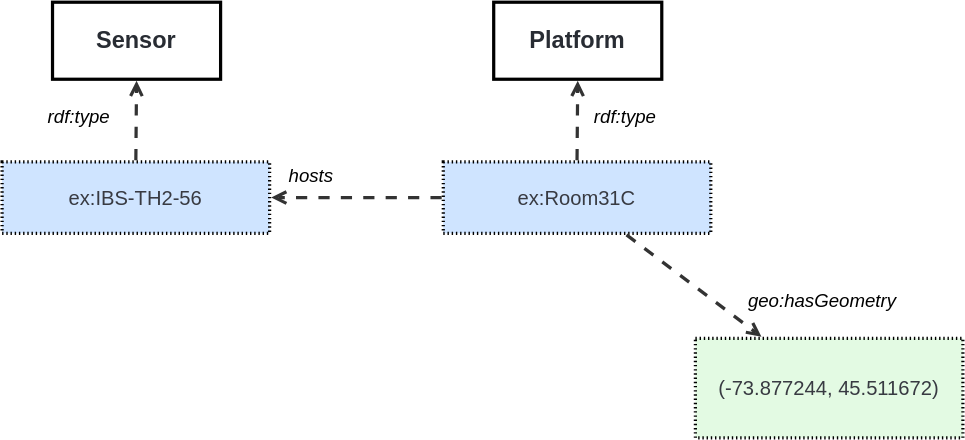
The draw.io diagram ssn/images/LocatedPlatform.svg in afeliachi/sdw-sosa-ssn, before a commit. Source tidied: cells renumbered, new cells last; positions are measured from the earlier drawing's top-left corner, leaving out a move shared by most shapes. Its diagram source:
```xml
<mxGraphModel>
  <root>
    <mxCell id="0" />
    <mxCell id="1" parent="0" />
    <mxCell id="2" value="&lt;font face=&quot;Helvetica&quot;&gt;ex:IBS-TH2-56&lt;/font&gt;" style="html=1;overflow=block;blockSpacing=1;whiteSpace=wrap;fontSize=14.4;fontFamily=DejaVu Sans Mono;fontColor=#383a42;align=center;spacing=0;strokeOpacity=100;fillOpacity=100;fillColor=#cfe4ff;dashed=1;fixDash=1;dashPattern=1 2;strokeWidth=2.3;" parent="1" vertex="1">
      <mxGeometry y="114" width="191" height="51" as="geometry" />
    </mxCell>
    <mxCell id="3" value="&lt;font face=&quot;Helvetica&quot;&gt;ex:Room31C&lt;/font&gt;" style="html=1;overflow=block;blockSpacing=1;whiteSpace=wrap;fontSize=14.4;fontFamily=DejaVu Sans Mono;fontColor=#383a42;align=center;spacing=0;strokeOpacity=100;fillOpacity=100;fillColor=#cfe4ff;dashed=1;fixDash=1;dashPattern=1 2;strokeWidth=2.3;" parent="1" vertex="1">
      <mxGeometry x="315" y="114" width="191" height="51" as="geometry" />
    </mxCell>
    <mxCell id="4" value="Sensor" style="html=1;overflow=block;blockSpacing=1;whiteSpace=wrap;fontSize=16.8;fontColor=#282c33;fontStyle=1;align=center;spacing=0;strokeOpacity=100;fillOpacity=0;fillColor=#000000;strokeWidth=2.3;" parent="1" vertex="1">
      <mxGeometry x="36" width="120" height="55" as="geometry" />
    </mxCell>
    <mxCell id="5" value="Platform" style="html=1;overflow=block;blockSpacing=1;whiteSpace=wrap;fontSize=16.8;fontColor=#282c33;fontStyle=1;align=center;spacing=0;strokeOpacity=100;fillOpacity=0;fillColor=#000000;strokeWidth=2.3;" parent="1" vertex="1">
      <mxGeometry x="351" width="120" height="55" as="geometry" />
    </mxCell>
    <mxCell id="6" value="rdf:type" style="html=1;overflow=block;blockSpacing=1;whiteSpace=wrap;fontSize=13.3;fontStyle=2;align=left;spacing=3.8;verticalAlign=top;strokeColor=none;fillOpacity=0;fillColor=#ffffff;dashed=1;fixDash=1;dashPattern=16 6;strokeWidth=0;lucidId=UZtLz~FV8scr;" parent="1" vertex="1">
      <mxGeometry x="420" y="72" width="70" height="28" as="geometry" />
    </mxCell>
    <mxCell id="7" style="html=1;jettySize=18;whiteSpace=wrap;fontSize=13;strokeColor=#333333;strokeOpacity=100;dashed=1;fixDash=1;dashPattern=8 8;strokeWidth=2.3;rounded=0;startArrow=none;endArrow=open;exitX=0.5;exitY=-0.022;exitPerimeter=0;entryX=0.5;entryY=1.021;entryPerimeter=0;lucidId=UZtL7oSWsmLh;" parent="1" edge="1" source="3" target="5">
      <mxGeometry relative="1" as="geometry" />
    </mxCell>
    <mxCell id="8" value="rdf:type" style="html=1;overflow=block;blockSpacing=1;whiteSpace=wrap;fontSize=13.3;fontStyle=2;align=left;spacing=3.8;verticalAlign=top;strokeColor=none;fillOpacity=0;fillColor=#ffffff;dashed=1;fixDash=1;dashPattern=16 6;strokeWidth=0;lucidId=UZtLzNQDMgzC;" parent="1" vertex="1">
      <mxGeometry x="30" y="72" width="70" height="28" as="geometry" />
    </mxCell>
    <mxCell id="9" style="html=1;jettySize=18;whiteSpace=wrap;fontSize=13;strokeColor=#333333;strokeOpacity=100;dashed=1;fixDash=1;dashPattern=8 8;strokeWidth=2.3;rounded=0;startArrow=none;endArrow=open;exitX=0.5;exitY=-0.022;exitPerimeter=0;entryX=0.5;entryY=1.021;entryPerimeter=0;lucidId=UZtLi5JydJNY;" parent="1" edge="1" source="2" target="4">
      <mxGeometry relative="1" as="geometry" />
    </mxCell>
    <mxCell id="10" value="&lt;font face=&quot;Helvetica&quot;&gt;(-73.877244, 45.511672)&lt;/font&gt;" style="points=[[0.247,-0.016,0]];html=1;overflow=block;blockSpacing=1;whiteSpace=wrap;fontSize=14.4;fontFamily=DejaVu Sans Mono;fontColor=#383a42;align=center;spacing=0;strokeOpacity=100;fillOpacity=100;fillColor=#e3fae3;dashed=1;fixDash=1;dashPattern=1 2;strokeWidth=2.3;" parent="1" vertex="1">
      <mxGeometry x="495" y="240" width="191" height="71" as="geometry" />
    </mxCell>
    <mxCell id="11" style="html=1;jettySize=18;whiteSpace=wrap;fontSize=13;strokeColor=#333333;strokeOpacity=100;dashed=1;fixDash=1;dashPattern=8 8;strokeWidth=2.3;rounded=0;startArrow=none;endArrow=open;exitX=0.685;exitY=1.022;exitPerimeter=0;entryX=0.247;entryY=-0.016;entryPerimeter=0;lucidId=UZtLA55mwsow;" parent="1" edge="1" source="3" target="10">
      <mxGeometry relative="1" as="geometry" />
    </mxCell>
    <mxCell id="12" value="geo:hasGeometry" style="html=1;overflow=block;blockSpacing=1;whiteSpace=wrap;fontSize=13.3;fontStyle=2;align=left;spacing=3.8;verticalAlign=top;strokeColor=none;fillOpacity=0;fillColor=#ffffff;dashed=1;fixDash=1;dashPattern=16 6;strokeWidth=0;lucidId=UZtLv2x-.FAL;" parent="1" vertex="1">
      <mxGeometry x="530" y="203" width="101" height="24" as="geometry" />
    </mxCell>
    <mxCell id="13" style="html=1;jettySize=18;whiteSpace=wrap;fontSize=13;strokeColor=#333333;strokeOpacity=100;dashed=1;fixDash=1;dashPattern=8 8;strokeWidth=2.3;rounded=0;startArrow=none;endArrow=open;exitX=-0.006;exitY=0.5;exitPerimeter=0;entryX=1.006;entryY=0.5;entryPerimeter=0;lucidId=10tLcMYWxvst;" parent="1" edge="1" source="3" target="2">
      <mxGeometry relative="1" as="geometry" />
    </mxCell>
    <mxCell id="14" value="hosts" style="html=1;overflow=block;blockSpacing=1;whiteSpace=wrap;fontSize=13.3;fontStyle=2;align=left;spacing=3.8;verticalAlign=top;strokeColor=none;fillOpacity=0;fillColor=#ffffff;dashed=1;fixDash=1;dashPattern=16 6;strokeWidth=0;lucidId=_0tLDSP~0Hnl;" parent="1" vertex="1">
      <mxGeometry x="202" y="114" width="101" height="24" as="geometry" />
    </mxCell>
  </root>
</mxGraphModel>
```
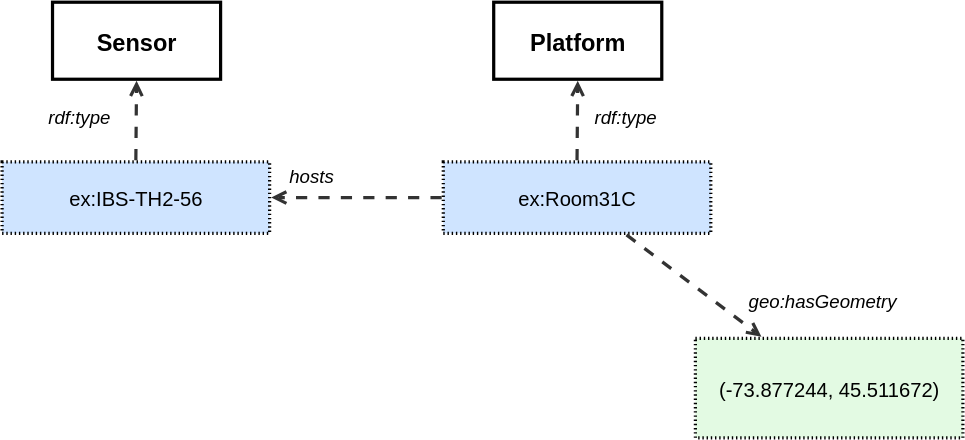
The same diagram one commit later.

Diff of the diagram source:
```diff
@@ -2,43 +2,43 @@
   <root>
     <mxCell id="0" />
     <mxCell id="1" parent="0" />
-    <mxCell id="2" value="&lt;font face=&quot;Helvetica&quot;&gt;ex:IBS-TH2-56&lt;/font&gt;" style="html=1;overflow=block;blockSpacing=1;whiteSpace=wrap;fontSize=14.4;fontFamily=DejaVu Sans Mono;fontColor=#383a42;align=center;spacing=0;strokeOpacity=100;fillOpacity=100;fillColor=#cfe4ff;dashed=1;fixDash=1;dashPattern=1 2;strokeWidth=2.3;" parent="1" vertex="1">
+    <mxCell id="2" value="&lt;font&gt;ex:IBS-TH2-56&lt;/font&gt;" style="html=1;overflow=block;blockSpacing=1;whiteSpace=wrap;fontSize=14.4;fontFamily=Helvetica;fontColor=default;align=center;spacing=0;strokeOpacity=100;fillOpacity=100;fillColor=#cfe4ff;dashed=1;fixDash=1;dashPattern=1 2;strokeWidth=2.3;convertToSvg=1;" parent="1" vertex="1">
       <mxGeometry y="114" width="191" height="51" as="geometry" />
     </mxCell>
-    <mxCell id="3" value="&lt;font face=&quot;Helvetica&quot;&gt;ex:Room31C&lt;/font&gt;" style="html=1;overflow=block;blockSpacing=1;whiteSpace=wrap;fontSize=14.4;fontFamily=DejaVu Sans Mono;fontColor=#383a42;align=center;spacing=0;strokeOpacity=100;fillOpacity=100;fillColor=#cfe4ff;dashed=1;fixDash=1;dashPattern=1 2;strokeWidth=2.3;" parent="1" vertex="1">
+    <mxCell id="3" value="&lt;font&gt;ex:Room31C&lt;/font&gt;" style="html=1;overflow=block;blockSpacing=1;whiteSpace=wrap;fontSize=14.4;fontFamily=Helvetica;fontColor=default;align=center;spacing=0;strokeOpacity=100;fillOpacity=100;fillColor=#cfe4ff;dashed=1;fixDash=1;dashPattern=1 2;strokeWidth=2.3;convertToSvg=1;" parent="1" vertex="1">
       <mxGeometry x="315" y="114" width="191" height="51" as="geometry" />
     </mxCell>
-    <mxCell id="4" value="Sensor" style="html=1;overflow=block;blockSpacing=1;whiteSpace=wrap;fontSize=16.8;fontColor=#282c33;fontStyle=1;align=center;spacing=0;strokeOpacity=100;fillOpacity=0;fillColor=#000000;strokeWidth=2.3;" parent="1" vertex="1">
+    <mxCell id="4" value="Sensor" style="html=1;overflow=block;blockSpacing=1;whiteSpace=wrap;fontSize=16.8;fontColor=default;fontStyle=1;align=center;spacing=0;strokeOpacity=100;fillOpacity=0;fillColor=#000000;strokeWidth=2.3;convertToSvg=1;fontFamily=Helvetica;" parent="1" vertex="1">
       <mxGeometry x="36" width="120" height="55" as="geometry" />
     </mxCell>
-    <mxCell id="5" value="Platform" style="html=1;overflow=block;blockSpacing=1;whiteSpace=wrap;fontSize=16.8;fontColor=#282c33;fontStyle=1;align=center;spacing=0;strokeOpacity=100;fillOpacity=0;fillColor=#000000;strokeWidth=2.3;" parent="1" vertex="1">
+    <mxCell id="5" value="Platform" style="html=1;overflow=block;blockSpacing=1;whiteSpace=wrap;fontSize=16.8;fontColor=default;fontStyle=1;align=center;spacing=0;strokeOpacity=100;fillOpacity=0;fillColor=#000000;strokeWidth=2.3;convertToSvg=1;fontFamily=Helvetica;" parent="1" vertex="1">
       <mxGeometry x="351" width="120" height="55" as="geometry" />
     </mxCell>
-    <mxCell id="6" value="rdf:type" style="html=1;overflow=block;blockSpacing=1;whiteSpace=wrap;fontSize=13.3;fontStyle=2;align=left;spacing=3.8;verticalAlign=top;strokeColor=none;fillOpacity=0;fillColor=#ffffff;dashed=1;fixDash=1;dashPattern=16 6;strokeWidth=0;lucidId=UZtLz~FV8scr;" parent="1" vertex="1">
+    <mxCell id="6" value="rdf:type" style="html=1;overflow=block;blockSpacing=1;whiteSpace=wrap;fontSize=13.3;fontStyle=2;align=left;spacing=3.8;verticalAlign=top;strokeColor=none;fillOpacity=0;fillColor=#ffffff;dashed=1;fixDash=1;dashPattern=16 6;strokeWidth=0;lucidId=UZtLz~FV8scr;fontColor=default;convertToSvg=1;fontFamily=Helvetica;" parent="1" vertex="1">
       <mxGeometry x="420" y="72" width="70" height="28" as="geometry" />
     </mxCell>
-    <mxCell id="7" style="html=1;jettySize=18;whiteSpace=wrap;fontSize=13;strokeColor=#333333;strokeOpacity=100;dashed=1;fixDash=1;dashPattern=8 8;strokeWidth=2.3;rounded=0;startArrow=none;endArrow=open;exitX=0.5;exitY=-0.022;exitPerimeter=0;entryX=0.5;entryY=1.021;entryPerimeter=0;lucidId=UZtL7oSWsmLh;" parent="1" edge="1" source="3" target="5">
+    <mxCell id="7" style="html=1;jettySize=18;whiteSpace=wrap;fontSize=13;strokeColor=#333333;strokeOpacity=100;dashed=1;fixDash=1;dashPattern=8 8;strokeWidth=2.3;rounded=0;startArrow=none;endArrow=open;exitX=0.5;exitY=-0.022;exitPerimeter=0;entryX=0.5;entryY=1.021;entryPerimeter=0;lucidId=UZtL7oSWsmLh;fontColor=default;convertToSvg=1;fontFamily=Helvetica;" parent="1" edge="1" source="3" target="5">
       <mxGeometry relative="1" as="geometry" />
     </mxCell>
-    <mxCell id="8" value="rdf:type" style="html=1;overflow=block;blockSpacing=1;whiteSpace=wrap;fontSize=13.3;fontStyle=2;align=left;spacing=3.8;verticalAlign=top;strokeColor=none;fillOpacity=0;fillColor=#ffffff;dashed=1;fixDash=1;dashPattern=16 6;strokeWidth=0;lucidId=UZtLzNQDMgzC;" parent="1" vertex="1">
+    <mxCell id="8" value="rdf:type" style="html=1;overflow=block;blockSpacing=1;whiteSpace=wrap;fontSize=13.3;fontStyle=2;align=left;spacing=3.8;verticalAlign=top;strokeColor=none;fillOpacity=0;fillColor=#ffffff;dashed=1;fixDash=1;dashPattern=16 6;strokeWidth=0;lucidId=UZtLzNQDMgzC;fontColor=default;convertToSvg=1;fontFamily=Helvetica;" parent="1" vertex="1">
       <mxGeometry x="30" y="72" width="70" height="28" as="geometry" />
     </mxCell>
-    <mxCell id="9" style="html=1;jettySize=18;whiteSpace=wrap;fontSize=13;strokeColor=#333333;strokeOpacity=100;dashed=1;fixDash=1;dashPattern=8 8;strokeWidth=2.3;rounded=0;startArrow=none;endArrow=open;exitX=0.5;exitY=-0.022;exitPerimeter=0;entryX=0.5;entryY=1.021;entryPerimeter=0;lucidId=UZtLi5JydJNY;" parent="1" edge="1" source="2" target="4">
+    <mxCell id="9" style="html=1;jettySize=18;whiteSpace=wrap;fontSize=13;strokeColor=#333333;strokeOpacity=100;dashed=1;fixDash=1;dashPattern=8 8;strokeWidth=2.3;rounded=0;startArrow=none;endArrow=open;exitX=0.5;exitY=-0.022;exitPerimeter=0;entryX=0.5;entryY=1.021;entryPerimeter=0;lucidId=UZtLi5JydJNY;fontColor=default;convertToSvg=1;fontFamily=Helvetica;" parent="1" edge="1" source="2" target="4">
       <mxGeometry relative="1" as="geometry" />
     </mxCell>
-    <mxCell id="10" value="&lt;font face=&quot;Helvetica&quot;&gt;(-73.877244, 45.511672)&lt;/font&gt;" style="points=[[0.247,-0.016,0]];html=1;overflow=block;blockSpacing=1;whiteSpace=wrap;fontSize=14.4;fontFamily=DejaVu Sans Mono;fontColor=#383a42;align=center;spacing=0;strokeOpacity=100;fillOpacity=100;fillColor=#e3fae3;dashed=1;fixDash=1;dashPattern=1 2;strokeWidth=2.3;" parent="1" vertex="1">
+    <mxCell id="10" value="&lt;font&gt;(-73.877244, 45.511672)&lt;/font&gt;" style="points=[[0.247,-0.016,0]];html=1;overflow=block;blockSpacing=1;whiteSpace=wrap;fontSize=14.4;fontFamily=Helvetica;fontColor=default;align=center;spacing=0;strokeOpacity=100;fillOpacity=100;fillColor=#e3fae3;dashed=1;fixDash=1;dashPattern=1 2;strokeWidth=2.3;convertToSvg=1;" parent="1" vertex="1">
       <mxGeometry x="495" y="240" width="191" height="71" as="geometry" />
     </mxCell>
-    <mxCell id="11" style="html=1;jettySize=18;whiteSpace=wrap;fontSize=13;strokeColor=#333333;strokeOpacity=100;dashed=1;fixDash=1;dashPattern=8 8;strokeWidth=2.3;rounded=0;startArrow=none;endArrow=open;exitX=0.685;exitY=1.022;exitPerimeter=0;entryX=0.247;entryY=-0.016;entryPerimeter=0;lucidId=UZtLA55mwsow;" parent="1" edge="1" source="3" target="10">
+    <mxCell id="11" style="html=1;jettySize=18;whiteSpace=wrap;fontSize=13;strokeColor=#333333;strokeOpacity=100;dashed=1;fixDash=1;dashPattern=8 8;strokeWidth=2.3;rounded=0;startArrow=none;endArrow=open;exitX=0.685;exitY=1.022;exitPerimeter=0;entryX=0.247;entryY=-0.016;entryPerimeter=0;lucidId=UZtLA55mwsow;fontColor=default;convertToSvg=1;fontFamily=Helvetica;" parent="1" edge="1" source="3" target="10">
       <mxGeometry relative="1" as="geometry" />
     </mxCell>
-    <mxCell id="12" value="geo:hasGeometry" style="html=1;overflow=block;blockSpacing=1;whiteSpace=wrap;fontSize=13.3;fontStyle=2;align=left;spacing=3.8;verticalAlign=top;strokeColor=none;fillOpacity=0;fillColor=#ffffff;dashed=1;fixDash=1;dashPattern=16 6;strokeWidth=0;lucidId=UZtLv2x-.FAL;" parent="1" vertex="1">
+    <mxCell id="12" value="geo:hasGeometry" style="html=1;overflow=block;blockSpacing=1;whiteSpace=wrap;fontSize=13.3;fontStyle=2;align=left;spacing=3.8;verticalAlign=top;strokeColor=none;fillOpacity=0;fillColor=#ffffff;dashed=1;fixDash=1;dashPattern=16 6;strokeWidth=0;lucidId=UZtLv2x-.FAL;fontColor=default;convertToSvg=1;fontFamily=Helvetica;" parent="1" vertex="1">
       <mxGeometry x="530" y="203" width="101" height="24" as="geometry" />
     </mxCell>
-    <mxCell id="13" style="html=1;jettySize=18;whiteSpace=wrap;fontSize=13;strokeColor=#333333;strokeOpacity=100;dashed=1;fixDash=1;dashPattern=8 8;strokeWidth=2.3;rounded=0;startArrow=none;endArrow=open;exitX=-0.006;exitY=0.5;exitPerimeter=0;entryX=1.006;entryY=0.5;entryPerimeter=0;lucidId=10tLcMYWxvst;" parent="1" edge="1" source="3" target="2">
+    <mxCell id="13" style="html=1;jettySize=18;whiteSpace=wrap;fontSize=13;strokeColor=#333333;strokeOpacity=100;dashed=1;fixDash=1;dashPattern=8 8;strokeWidth=2.3;rounded=0;startArrow=none;endArrow=open;exitX=-0.006;exitY=0.5;exitPerimeter=0;entryX=1.006;entryY=0.5;entryPerimeter=0;lucidId=10tLcMYWxvst;fontColor=default;convertToSvg=1;fontFamily=Helvetica;" parent="1" edge="1" source="3" target="2">
       <mxGeometry relative="1" as="geometry" />
     </mxCell>
-    <mxCell id="14" value="hosts" style="html=1;overflow=block;blockSpacing=1;whiteSpace=wrap;fontSize=13.3;fontStyle=2;align=left;spacing=3.8;verticalAlign=top;strokeColor=none;fillOpacity=0;fillColor=#ffffff;dashed=1;fixDash=1;dashPattern=16 6;strokeWidth=0;lucidId=_0tLDSP~0Hnl;" parent="1" vertex="1">
+    <mxCell id="14" value="hosts" style="html=1;overflow=block;blockSpacing=1;whiteSpace=wrap;fontSize=13.3;fontStyle=2;align=left;spacing=3.8;verticalAlign=top;strokeColor=none;fillOpacity=0;fillColor=#ffffff;dashed=1;fixDash=1;dashPattern=16 6;strokeWidth=0;lucidId=_0tLDSP~0Hnl;fontColor=default;convertToSvg=1;fontFamily=Helvetica;" parent="1" vertex="1">
       <mxGeometry x="202" y="114" width="101" height="24" as="geometry" />
     </mxCell>
   </root>
```
